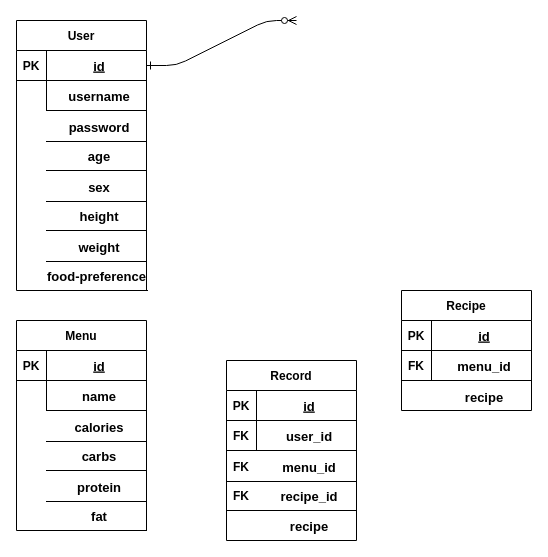
Before: diagrams/Backend ER Diagram.drawio in swsnu/swpp2021-team5, a draw.io diagram. Source tidied: cells renumbered, new cells numbered last; positions are measured from the earlier drawing's top-left corner, leaving out a move shared by most shapes. Both pictures are drawn from the tidied source at 100%, with x=0, y=0 at pixel (16, 20).
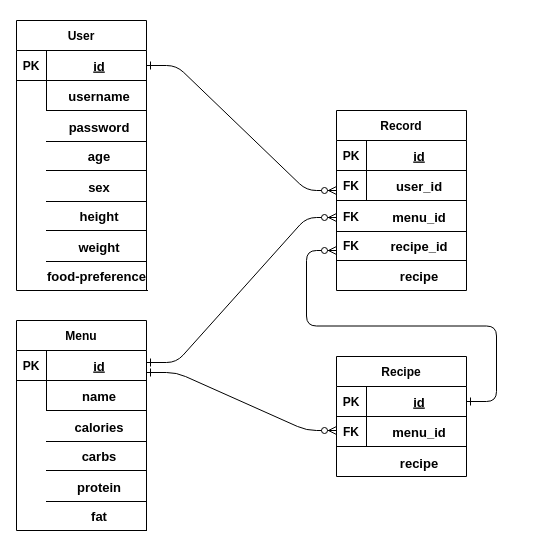
After the change.

Unchanged cells that the change refers to:
```xml
<mxCell id="22" style="shape=partialRectangle;fillColor=none;points=[[0,0.5],[1,0.5]];portConstraint=eastwest;top=0;left=0;right=0;bottom=1;" parent="21" vertex="1">
  <mxGeometry y="30" width="130" height="30" as="geometry" />
</mxCell>
<mxCell id="56" style="shape=partialRectangle;fillColor=none;points=[[0,0.5],[1,0.5]];portConstraint=eastwest;top=0;left=0;right=0;bottom=1;" parent="55" vertex="1">
  <mxGeometry y="30" width="130" height="30" as="geometry" />
</mxCell>
```

The edit, as a diff of the source:
```diff
@@
     <mxCell id="2" style="edgeStyle=entityRelationEdgeStyle;endArrow=ERzeroToMany;startArrow=ERone;endFill=1;startFill=0;" parent="1" edge="1" source="22">
       <mxGeometry relative="1" as="geometry">
-        <mxPoint x="280" as="targetPoint" />
+        <mxPoint x="320" y="170" as="targetPoint" />
       </mxGeometry>
     </mxCell>
@@
     <mxCell id="39" style="group;" parent="1" vertex="1">
-      <mxGeometry x="210" y="340" width="130" height="180" as="geometry" />
+      <mxGeometry x="320" y="90" width="130" height="180" as="geometry" />
     </mxCell>
@@
     <mxCell id="54" style="group;" parent="1" vertex="1">
-      <mxGeometry x="385" y="270" width="130" height="121" as="geometry" />
+      <mxGeometry x="320" y="336" width="130" height="121" as="geometry" />
     </mxCell>
@@
+    <mxCell id="65" style="edgeStyle=entityRelationEdgeStyle;endArrow=ERzeroToMany;startArrow=ERone;endFill=1;startFill=0;exitX=1;exitY=0.5;exitDx=0;exitDy=0;" parent="1" edge="1">
+      <mxGeometry relative="1" as="geometry">
+        <mxPoint x="130" y="342" as="sourcePoint" />
+        <mxPoint x="320" y="197" as="targetPoint" />
+      </mxGeometry>
+    </mxCell>
+    <mxCell id="66" style="edgeStyle=entityRelationEdgeStyle;endArrow=ERzeroToMany;startArrow=ERone;endFill=1;startFill=0;exitX=1;exitY=0.5;exitDx=0;exitDy=0;" parent="1" edge="1" source="56">
+      <mxGeometry relative="1" as="geometry">
+        <mxPoint x="320" y="230" as="targetPoint" />
+      </mxGeometry>
+    </mxCell>
+    <mxCell id="67" style="edgeStyle=entityRelationEdgeStyle;endArrow=ERzeroToMany;startArrow=ERone;endFill=1;startFill=0;exitX=1;exitY=0.5;exitDx=0;exitDy=0;" parent="1" edge="1">
+      <mxGeometry relative="1" as="geometry">
+        <mxPoint x="130" y="352" as="sourcePoint" />
+        <mxPoint x="320" y="410" as="targetPoint" />
+      </mxGeometry>
+    </mxCell>
```
